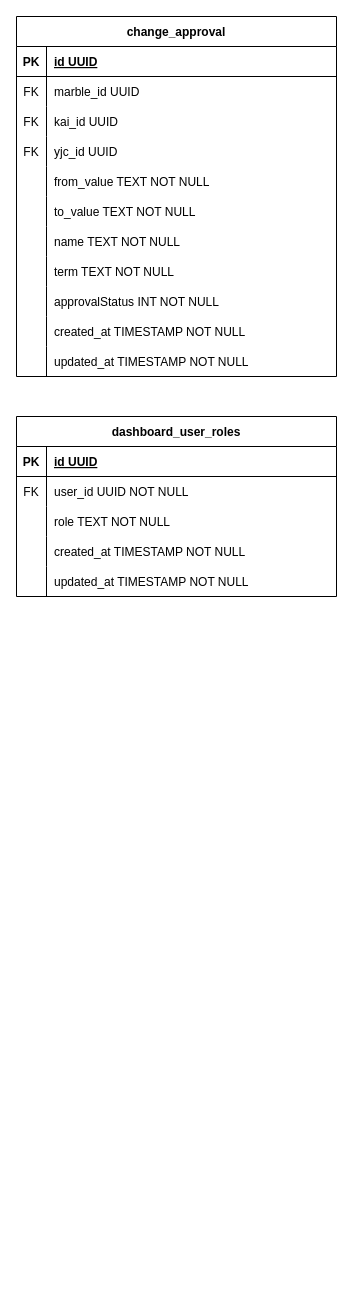
Earlier version of the draw.io diagram kai-game-control.drawio (wayneGoCode/drawio-diagrams). Source tidied: cells renumbered, new cells numbered last; positions are measured from the earlier drawing's top-left corner, leaving out a move shared by most shapes. Both pictures are drawn from the tidied source at 100%, with x=0, y=0 at pixel (16, 16).
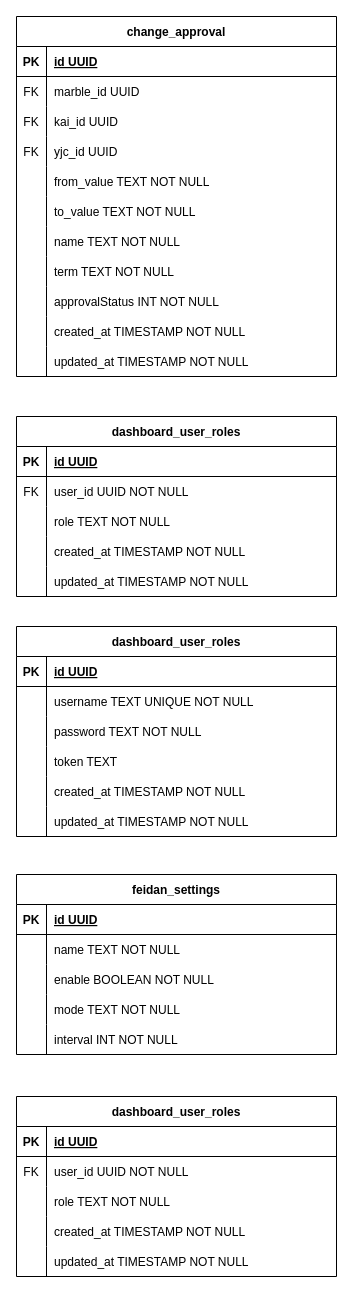
The same diagram, later.

Diff of the diagram source:
```diff
@@
+    <mxCell id="52" value="dashboard_user_roles" style="shape=table;startSize=30;childLayout=tableLayout;rowLines=0;fontStyle=1;align=center;" parent="1" vertex="1">
+      <mxGeometry y="610" width="320" height="210" as="geometry" />
+    </mxCell>
+    <mxCell id="53" style="shape=tableRow;horizontal=0;startSize=0;swimlaneHead=0;swimlaneBody=0;fillColor=none;strokeColor=inherit;top=0;left=0;right=0;bottom=1;" parent="52" vertex="1">
+      <mxGeometry y="30" width="320" height="30" as="geometry" />
+    </mxCell>
+    <mxCell id="54" value="PK" style="shape=partialRectangle;overflow=hidden;fillColor=none;strokeColor=inherit;top=0;left=0;bottom=0;right=0;fontStyle=1;" parent="53" vertex="1">
+      <mxGeometry width="30" height="30" as="geometry" />
+    </mxCell>
+    <mxCell id="55" value="id UUID" style="shape=partialRectangle;overflow=hidden;fillColor=none;align=left;strokeColor=inherit;top=0;left=0;bottom=0;right=0;spacingLeft=6;fontStyle=5;" parent="53" vertex="1">
+      <mxGeometry x="30" width="290" height="30" as="geometry" />
+    </mxCell>
+    <mxCell id="56" style="shape=tableRow;horizontal=0;startSize=0;swimlaneHead=0;swimlaneBody=0;fillColor=none;strokeColor=inherit;top=0;left=0;right=0;bottom=0;" parent="52" vertex="1">
+      <mxGeometry y="60" width="320" height="30" as="geometry" />
+    </mxCell>
+    <mxCell id="57" style="shape=partialRectangle;overflow=hidden;fillColor=none;strokeColor=inherit;top=0;left=0;bottom=0;right=0;" parent="56" vertex="1">
+      <mxGeometry width="30" height="30" as="geometry" />
+    </mxCell>
+    <mxCell id="58" value="username TEXT UNIQUE NOT NULL" style="shape=partialRectangle;overflow=hidden;fillColor=none;align=left;strokeColor=inherit;top=0;left=0;bottom=0;right=0;spacingLeft=6;" parent="56" vertex="1">
+      <mxGeometry x="30" width="290" height="30" as="geometry" />
+    </mxCell>
+    <mxCell id="59" style="shape=tableRow;horizontal=0;startSize=0;swimlaneHead=0;swimlaneBody=0;fillColor=none;strokeColor=inherit;top=0;left=0;right=0;bottom=0;" parent="52" vertex="1">
+      <mxGeometry y="90" width="320" height="30" as="geometry" />
+    </mxCell>
+    <mxCell id="60" style="shape=partialRectangle;overflow=hidden;fillColor=none;strokeColor=inherit;top=0;left=0;bottom=0;right=0;" parent="59" vertex="1">
+      <mxGeometry width="30" height="30" as="geometry" />
+    </mxCell>
+    <mxCell id="61" value="password TEXT NOT NULL" style="shape=partialRectangle;overflow=hidden;fillColor=none;align=left;strokeColor=inherit;top=0;left=0;bottom=0;right=0;spacingLeft=6;" parent="59" vertex="1">
+      <mxGeometry x="30" width="290" height="30" as="geometry" />
+    </mxCell>
+    <mxCell id="62" style="shape=tableRow;horizontal=0;startSize=0;swimlaneHead=0;swimlaneBody=0;fillColor=none;strokeColor=inherit;top=0;left=0;right=0;bottom=0;" parent="52" vertex="1">
+      <mxGeometry y="120" width="320" height="30" as="geometry" />
+    </mxCell>
+    <mxCell id="63" style="shape=partialRectangle;overflow=hidden;fillColor=none;strokeColor=inherit;top=0;left=0;bottom=0;right=0;" parent="62" vertex="1">
+      <mxGeometry width="30" height="30" as="geometry" />
+    </mxCell>
+    <mxCell id="64" value="token TEXT" style="shape=partialRectangle;overflow=hidden;fillColor=none;align=left;strokeColor=inherit;top=0;left=0;bottom=0;right=0;spacingLeft=6;" parent="62" vertex="1">
+      <mxGeometry x="30" width="290" height="30" as="geometry" />
+    </mxCell>
+    <mxCell id="65" style="shape=tableRow;horizontal=0;startSize=0;swimlaneHead=0;swimlaneBody=0;fillColor=none;strokeColor=inherit;top=0;left=0;right=0;bottom=0;" parent="52" vertex="1">
+      <mxGeometry y="150" width="320" height="30" as="geometry" />
+    </mxCell>
+    <mxCell id="66" style="shape=partialRectangle;overflow=hidden;fillColor=none;strokeColor=inherit;top=0;left=0;bottom=0;right=0;" parent="65" vertex="1">
+      <mxGeometry width="30" height="30" as="geometry" />
+    </mxCell>
+    <mxCell id="67" value="created_at TIMESTAMP NOT NULL" style="shape=partialRectangle;overflow=hidden;fillColor=none;align=left;strokeColor=inherit;top=0;left=0;bottom=0;right=0;spacingLeft=6;" parent="65" vertex="1">
+      <mxGeometry x="30" width="290" height="30" as="geometry" />
+    </mxCell>
+    <mxCell id="68" style="shape=tableRow;horizontal=0;startSize=0;swimlaneHead=0;swimlaneBody=0;fillColor=none;strokeColor=inherit;top=0;left=0;right=0;bottom=0;" parent="52" vertex="1">
+      <mxGeometry y="180" width="320" height="30" as="geometry" />
+    </mxCell>
+    <mxCell id="69" style="shape=partialRectangle;overflow=hidden;fillColor=none;strokeColor=inherit;top=0;left=0;bottom=0;right=0;" parent="68" vertex="1">
+      <mxGeometry width="30" height="30" as="geometry" />
+    </mxCell>
+    <mxCell id="70" value="updated_at TIMESTAMP NOT NULL" style="shape=partialRectangle;overflow=hidden;fillColor=none;align=left;strokeColor=inherit;top=0;left=0;bottom=0;right=0;spacingLeft=6;" parent="68" vertex="1">
+      <mxGeometry x="30" width="290" height="30" as="geometry" />
+    </mxCell>
+    <mxCell id="71" value="feidan_settings" style="shape=table;startSize=30;childLayout=tableLayout;rowLines=0;fontStyle=1;align=center;" parent="1" vertex="1">
+      <mxGeometry y="858" width="320" height="180" as="geometry" />
+    </mxCell>
+    <mxCell id="72" style="shape=tableRow;horizontal=0;startSize=0;swimlaneHead=0;swimlaneBody=0;fillColor=none;strokeColor=inherit;top=0;left=0;right=0;bottom=1;" parent="71" vertex="1">
+      <mxGeometry y="30" width="320" height="30" as="geometry" />
+    </mxCell>
+    <mxCell id="73" value="PK" style="shape=partialRectangle;overflow=hidden;fillColor=none;strokeColor=inherit;top=0;left=0;bottom=0;right=0;fontStyle=1;" parent="72" vertex="1">
+      <mxGeometry width="30" height="30" as="geometry" />
+    </mxCell>
+    <mxCell id="74" value="id UUID" style="shape=partialRectangle;overflow=hidden;fillColor=none;align=left;strokeColor=inherit;top=0;left=0;bottom=0;right=0;spacingLeft=6;fontStyle=5;" parent="72" vertex="1">
+      <mxGeometry x="30" width="290" height="30" as="geometry" />
+    </mxCell>
+    <mxCell id="75" style="shape=tableRow;horizontal=0;startSize=0;swimlaneHead=0;swimlaneBody=0;fillColor=none;strokeColor=inherit;top=0;left=0;right=0;bottom=0;" parent="71" vertex="1">
+      <mxGeometry y="60" width="320" height="30" as="geometry" />
+    </mxCell>
+    <mxCell id="76" style="shape=partialRectangle;overflow=hidden;fillColor=none;strokeColor=inherit;top=0;left=0;bottom=0;right=0;" parent="75" vertex="1">
+      <mxGeometry width="30" height="30" as="geometry" />
+    </mxCell>
+    <mxCell id="77" value="name TEXT NOT NULL" style="shape=partialRectangle;overflow=hidden;fillColor=none;align=left;strokeColor=inherit;top=0;left=0;bottom=0;right=0;spacingLeft=6;" parent="75" vertex="1">
+      <mxGeometry x="30" width="290" height="30" as="geometry" />
+    </mxCell>
+    <mxCell id="78" style="shape=tableRow;horizontal=0;startSize=0;swimlaneHead=0;swimlaneBody=0;fillColor=none;strokeColor=inherit;top=0;left=0;right=0;bottom=0;" parent="71" vertex="1">
+      <mxGeometry y="90" width="320" height="30" as="geometry" />
+    </mxCell>
+    <mxCell id="79" style="shape=partialRectangle;overflow=hidden;fillColor=none;strokeColor=inherit;top=0;left=0;bottom=0;right=0;" parent="78" vertex="1">
+      <mxGeometry width="30" height="30" as="geometry" />
+    </mxCell>
+    <mxCell id="80" value="enable BOOLEAN NOT NULL" style="shape=partialRectangle;overflow=hidden;fillColor=none;align=left;strokeColor=inherit;top=0;left=0;bottom=0;right=0;spacingLeft=6;" parent="78" vertex="1">
+      <mxGeometry x="30" width="290" height="30" as="geometry" />
+    </mxCell>
+    <mxCell id="81" style="shape=tableRow;horizontal=0;startSize=0;swimlaneHead=0;swimlaneBody=0;fillColor=none;strokeColor=inherit;top=0;left=0;right=0;bottom=0;" parent="71" vertex="1">
+      <mxGeometry y="120" width="320" height="30" as="geometry" />
+    </mxCell>
+    <mxCell id="82" style="shape=partialRectangle;overflow=hidden;fillColor=none;strokeColor=inherit;top=0;left=0;bottom=0;right=0;" parent="81" vertex="1">
+      <mxGeometry width="30" height="30" as="geometry" />
+    </mxCell>
+    <mxCell id="83" value="mode TEXT NOT NULL" style="shape=partialRectangle;overflow=hidden;fillColor=none;align=left;strokeColor=inherit;top=0;left=0;bottom=0;right=0;spacingLeft=6;" parent="81" vertex="1">
+      <mxGeometry x="30" width="290" height="30" as="geometry" />
+    </mxCell>
+    <mxCell id="84" style="shape=tableRow;horizontal=0;startSize=0;swimlaneHead=0;swimlaneBody=0;fillColor=none;strokeColor=inherit;top=0;left=0;right=0;bottom=0;" parent="71" vertex="1">
+      <mxGeometry y="150" width="320" height="30" as="geometry" />
+    </mxCell>
+    <mxCell id="85" style="shape=partialRectangle;overflow=hidden;fillColor=none;strokeColor=inherit;top=0;left=0;bottom=0;right=0;" parent="84" vertex="1">
+      <mxGeometry width="30" height="30" as="geometry" />
+    </mxCell>
+    <mxCell id="86" value="interval INT NOT NULL" style="shape=partialRectangle;overflow=hidden;fillColor=none;align=left;strokeColor=inherit;top=0;left=0;bottom=0;right=0;spacingLeft=6;" parent="84" vertex="1">
+      <mxGeometry x="30" width="290" height="30" as="geometry" />
+    </mxCell>
+    <mxCell id="87" value="dashboard_user_roles" style="shape=table;startSize=30;childLayout=tableLayout;rowLines=0;fontStyle=1;align=center;" parent="1" vertex="1">
+      <mxGeometry y="1080" width="320" height="180" as="geometry" />
+    </mxCell>
+    <mxCell id="88" style="shape=tableRow;horizontal=0;startSize=0;swimlaneHead=0;swimlaneBody=0;fillColor=none;strokeColor=inherit;top=0;left=0;right=0;bottom=1;" parent="87" vertex="1">
+      <mxGeometry y="30" width="320" height="30" as="geometry" />
+    </mxCell>
+    <mxCell id="89" value="PK" style="shape=partialRectangle;overflow=hidden;fillColor=none;strokeColor=inherit;top=0;left=0;bottom=0;right=0;fontStyle=1;" parent="88" vertex="1">
+      <mxGeometry width="30" height="30" as="geometry" />
+    </mxCell>
+    <mxCell id="90" value="id UUID" style="shape=partialRectangle;overflow=hidden;fillColor=none;align=left;strokeColor=inherit;top=0;left=0;bottom=0;right=0;spacingLeft=6;fontStyle=5;" parent="88" vertex="1">
+      <mxGeometry x="30" width="290" height="30" as="geometry" />
+    </mxCell>
+    <mxCell id="91" style="shape=tableRow;horizontal=0;startSize=0;swimlaneHead=0;swimlaneBody=0;fillColor=none;strokeColor=inherit;top=0;left=0;right=0;bottom=0;" parent="87" vertex="1">
+      <mxGeometry y="60" width="320" height="30" as="geometry" />
+    </mxCell>
+    <mxCell id="92" value="FK" style="shape=partialRectangle;overflow=hidden;fillColor=none;strokeColor=inherit;top=0;left=0;bottom=0;right=0;" parent="91" vertex="1">
+      <mxGeometry width="30" height="30" as="geometry" />
+    </mxCell>
+    <mxCell id="93" value="user_id UUID NOT NULL" style="shape=partialRectangle;overflow=hidden;fillColor=none;align=left;strokeColor=inherit;top=0;left=0;bottom=0;right=0;spacingLeft=6;" parent="91" vertex="1">
+      <mxGeometry x="30" width="290" height="30" as="geometry" />
+    </mxCell>
+    <mxCell id="94" style="shape=tableRow;horizontal=0;startSize=0;swimlaneHead=0;swimlaneBody=0;fillColor=none;strokeColor=inherit;top=0;left=0;right=0;bottom=0;" parent="87" vertex="1">
+      <mxGeometry y="90" width="320" height="30" as="geometry" />
+    </mxCell>
+    <mxCell id="95" style="shape=partialRectangle;overflow=hidden;fillColor=none;strokeColor=inherit;top=0;left=0;bottom=0;right=0;" parent="94" vertex="1">
+      <mxGeometry width="30" height="30" as="geometry" />
+    </mxCell>
+    <mxCell id="96" value="role TEXT NOT NULL" style="shape=partialRectangle;overflow=hidden;fillColor=none;align=left;strokeColor=inherit;top=0;left=0;bottom=0;right=0;spacingLeft=6;" parent="94" vertex="1">
+      <mxGeometry x="30" width="290" height="30" as="geometry" />
+    </mxCell>
+    <mxCell id="97" style="shape=tableRow;horizontal=0;startSize=0;swimlaneHead=0;swimlaneBody=0;fillColor=none;strokeColor=inherit;top=0;left=0;right=0;bottom=0;" parent="87" vertex="1">
+      <mxGeometry y="120" width="320" height="30" as="geometry" />
+    </mxCell>
+    <mxCell id="98" style="shape=partialRectangle;overflow=hidden;fillColor=none;strokeColor=inherit;top=0;left=0;bottom=0;right=0;" parent="97" vertex="1">
+      <mxGeometry width="30" height="30" as="geometry" />
+    </mxCell>
+    <mxCell id="99" value="created_at TIMESTAMP NOT NULL" style="shape=partialRectangle;overflow=hidden;fillColor=none;align=left;strokeColor=inherit;top=0;left=0;bottom=0;right=0;spacingLeft=6;" parent="97" vertex="1">
+      <mxGeometry x="30" width="290" height="30" as="geometry" />
+    </mxCell>
+    <mxCell id="100" style="shape=tableRow;horizontal=0;startSize=0;swimlaneHead=0;swimlaneBody=0;fillColor=none;strokeColor=inherit;top=0;left=0;right=0;bottom=0;" parent="87" vertex="1">
+      <mxGeometry y="150" width="320" height="30" as="geometry" />
+    </mxCell>
+    <mxCell id="101" style="shape=partialRectangle;overflow=hidden;fillColor=none;strokeColor=inherit;top=0;left=0;bottom=0;right=0;" parent="100" vertex="1">
+      <mxGeometry width="30" height="30" as="geometry" />
+    </mxCell>
+    <mxCell id="102" value="updated_at TIMESTAMP NOT NULL" style="shape=partialRectangle;overflow=hidden;fillColor=none;align=left;strokeColor=inherit;top=0;left=0;bottom=0;right=0;spacingLeft=6;" parent="100" vertex="1">
+      <mxGeometry x="30" width="290" height="30" as="geometry" />
+    </mxCell>
```
